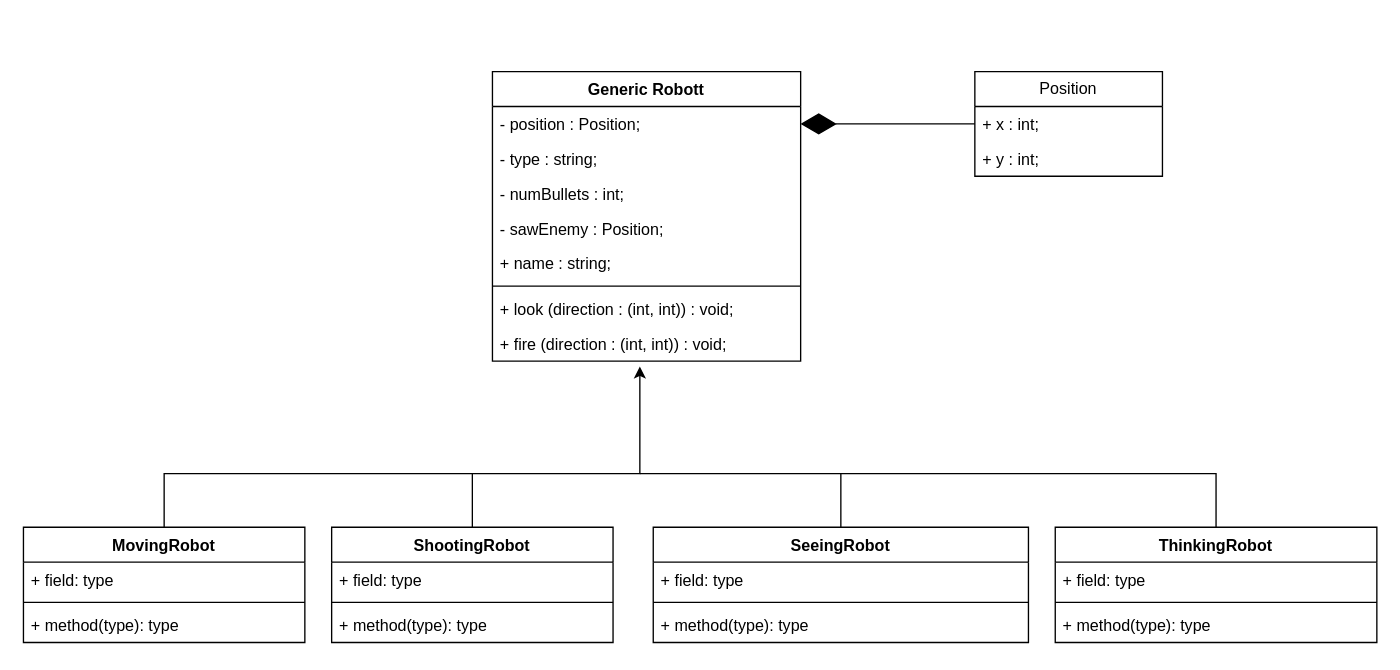
Above: class (1).drawio in mohammadmuazzam/oopds (draw.io), before the change. Source tidied: cells renumbered, new cells numbered last; positions are measured from the earlier drawing's top-left corner, leaving out a move shared by most shapes. Both pictures are drawn from the tidied source at 134%, with x=0, y=0 at pixel (23, 71).
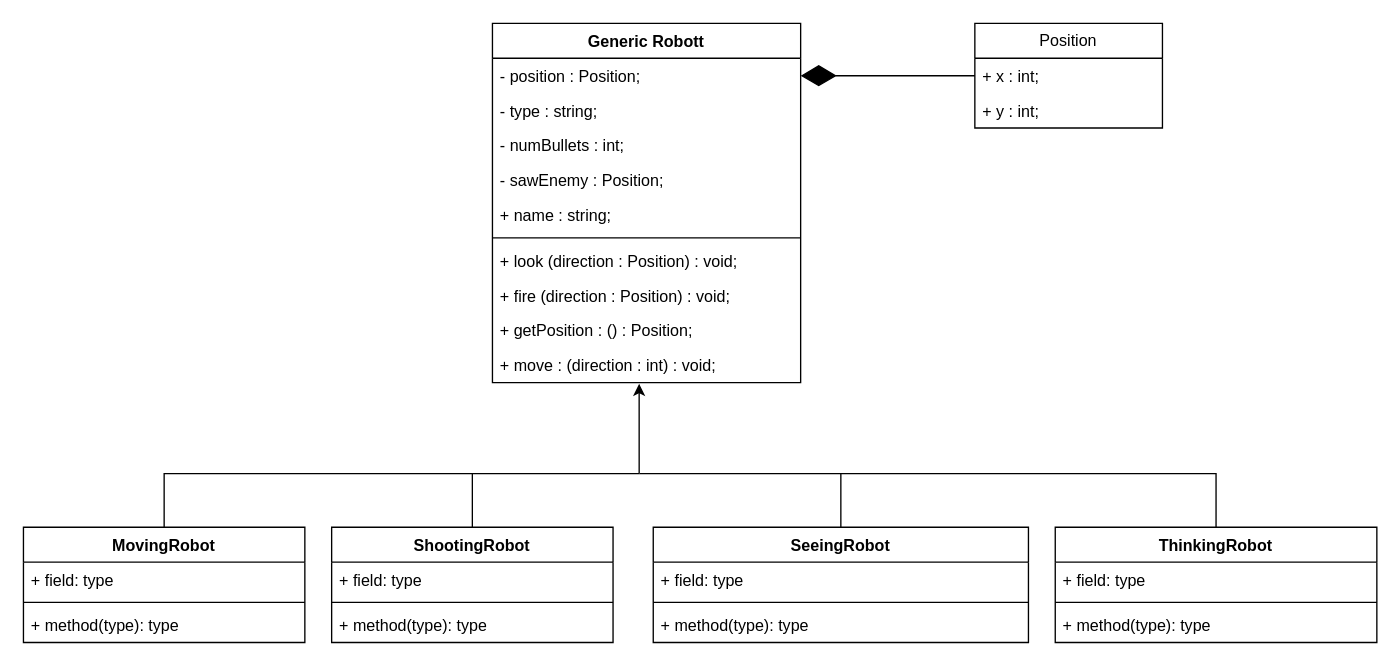
Above is the later version.

Commit message:
added extra functions for generic robot

The change refers to these unchanged cells:
```xml
<mxCell id="16" value="MovingRobot" style="swimlane;fontStyle=1;align=center;verticalAlign=top;horizontal=1;startSize=26;whiteSpace=wrap;html=1;" parent="1" vertex="1">
  <mxGeometry y="340" width="210" height="86" as="geometry" />
</mxCell>
```

Diff of the diagram source:
```diff
@@
     <mxCell id="2" value="Generic Robott" style="swimlane;fontStyle=1;align=center;verticalAlign=top;horizontal=1;startSize=26;whiteSpace=wrap;html=1;" parent="1" vertex="1">
-      <mxGeometry x="350" width="230" height="216" as="geometry" />
+      <mxGeometry x="350" y="-36" width="230" height="268" as="geometry" />
     </mxCell>
@@
-    <mxCell id="9" value="+ look (direction : (int, int)) : void;" style="text;strokeColor=none;fillColor=none;align=left;verticalAlign=top;spacingLeft=4;spacingRight=4;overflow=hidden;whiteSpace=wrap;html=1;" parent="2" vertex="1">
+    <mxCell id="9" value="+ look (direction : Position) : void;" style="text;strokeColor=none;fillColor=none;align=left;verticalAlign=top;spacingLeft=4;spacingRight=4;overflow=hidden;whiteSpace=wrap;html=1;" parent="2" vertex="1">
       <mxGeometry y="164" width="230" height="26" as="geometry" />
     </mxCell>
-    <mxCell id="10" value="+ fire (direction : (int, int)) : void;" style="text;strokeColor=none;fillColor=none;align=left;verticalAlign=top;spacingLeft=4;spacingRight=4;overflow=hidden;whiteSpace=wrap;html=1;" parent="2" vertex="1">
+    <mxCell id="10" value="+ fire (direction : Position) : void;" style="text;strokeColor=none;fillColor=none;align=left;verticalAlign=top;spacingLeft=4;spacingRight=4;overflow=hidden;whiteSpace=wrap;html=1;" parent="2" vertex="1">
       <mxGeometry y="190" width="230" height="26" as="geometry" />
     </mxCell>
+    <mxCell id="35" value="+ getPosition : () : Position;&lt;div&gt;&lt;br&gt;&lt;/div&gt;" style="text;strokeColor=none;fillColor=none;align=left;verticalAlign=top;spacingLeft=4;spacingRight=4;overflow=hidden;whiteSpace=wrap;html=1;" parent="2" vertex="1">
+      <mxGeometry y="216" width="230" height="26" as="geometry" />
+    </mxCell>
+    <mxCell id="36" value="&lt;div&gt;+ move : (direction : int) : void;&lt;/div&gt;" style="text;strokeColor=none;fillColor=none;align=left;verticalAlign=top;spacingLeft=4;spacingRight=4;overflow=hidden;points=[[0,0.5,0,0,0],[1,0.5,0,0,0]];portConstraint=eastwest;whiteSpace=wrap;html=1;" parent="2" vertex="1">
+      <mxGeometry y="242" width="230" height="26" as="geometry" />
+    </mxCell>
     <mxCell id="11" value="Position" style="swimlane;fontStyle=0;horizontal=1;startSize=26;fillColor=none;whiteSpace=wrap;html=1;" parent="1" vertex="1">
-      <mxGeometry x="710" width="140" height="78" as="geometry" />
+      <mxGeometry x="710" y="-36" width="140" height="78" as="geometry" />
     </mxCell>
@@
-    <mxCell id="15" style="edgeStyle=orthogonalEdgeStyle;rounded=0;jettySize=auto;html=1;" parent="1" edge="1" source="16">
+    <mxCell id="15" style="edgeStyle=orthogonalEdgeStyle;rounded=0;jettySize=auto;html=1;entryX=0.476;entryY=1.036;entryDx=0;entryDy=0;entryPerimeter=0;" parent="1" edge="1" source="16" target="36">
       <mxGeometry relative="1" as="geometry">
-        <mxPoint x="460" y="220" as="targetPoint" />
         <Array as="points">
-          <mxPoint x="270" y="300" />
+          <mxPoint x="105" y="300" />
           <mxPoint x="460" y="300" />
-          <mxPoint x="460" y="220" />
+          <mxPoint x="460" y="233" />
         </Array>
       </mxGeometry>
     </mxCell>
```
